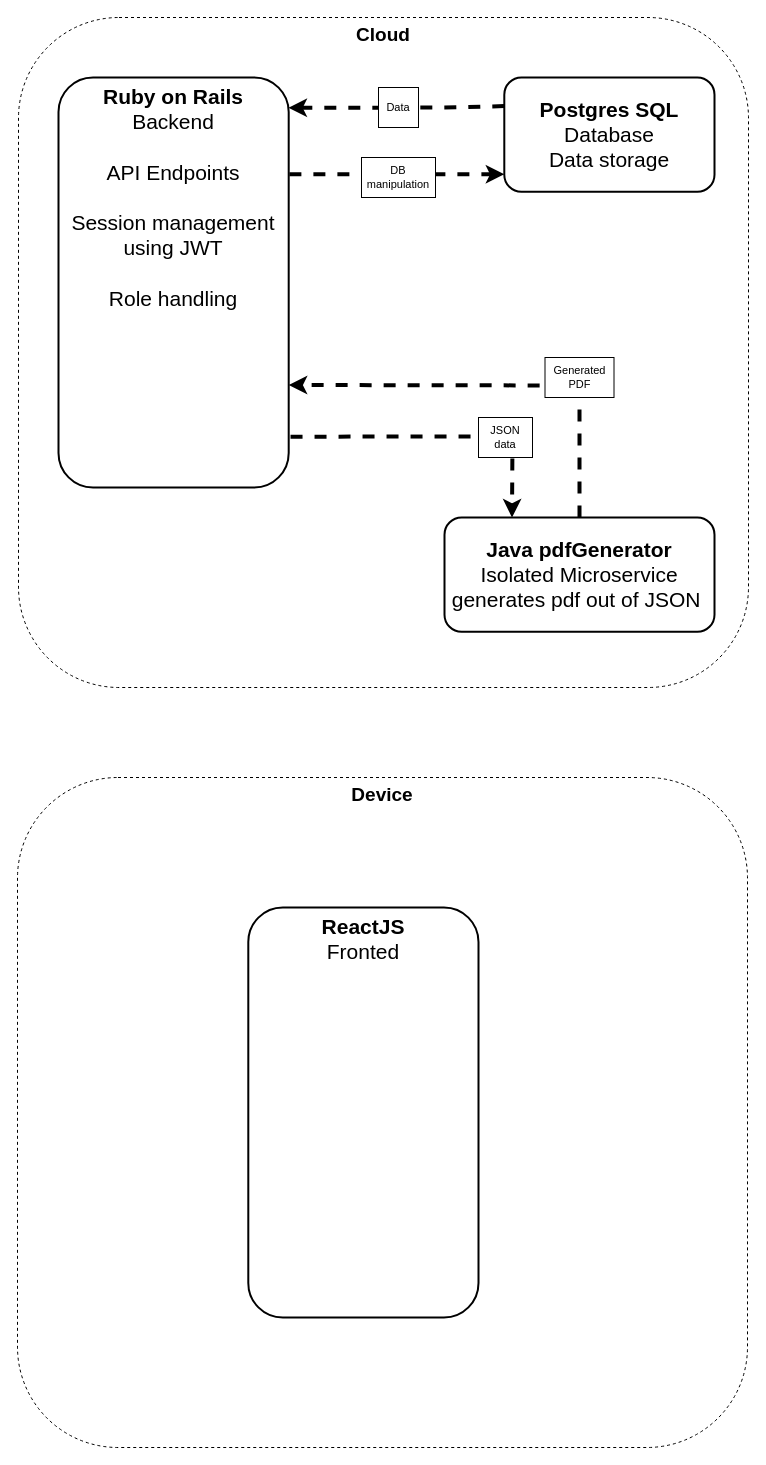
Above: Documents/Architecture Design.drawio in UnifiedCalculation/UniCalc_doc (draw.io), before the change. Source tidied: cells renumbered, new cells numbered last; positions are measured from the earlier drawing's top-left corner, leaving out a move shared by most shapes. Both pictures are drawn from the tidied source at 100%, with x=0, y=0 at pixel (17, 17).
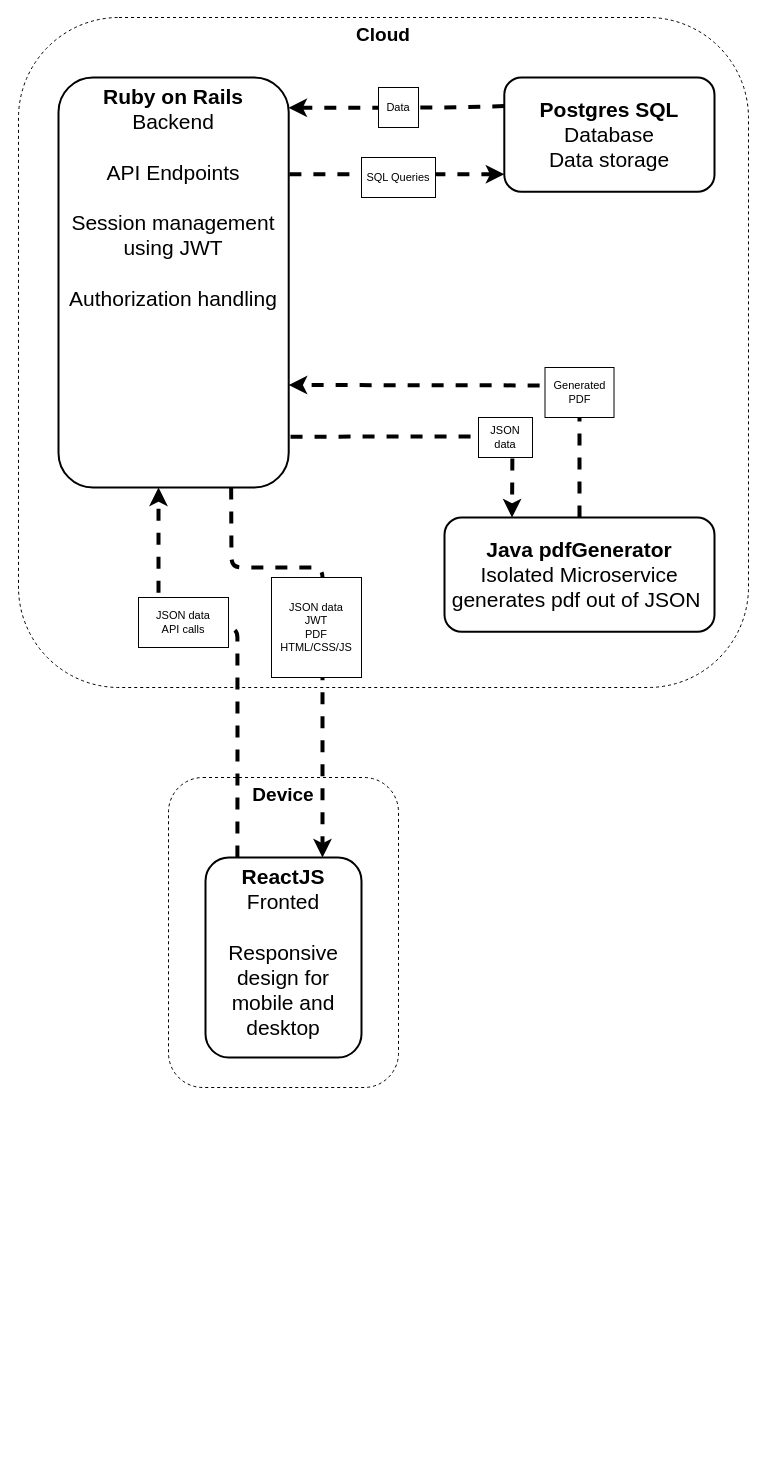
The same diagram, later.

Change to the diagram source:
```diff
@@
-    <mxCell id="5" value="&lt;b&gt;Ruby on Rails&lt;/b&gt;&lt;br&gt;Backend&lt;br&gt;&lt;br&gt;API Endpoints&lt;br&gt;&lt;br&gt;Session management using JWT&lt;br&gt;&lt;br&gt;Role handling" style="rounded=1;whiteSpace=wrap;html=1;strokeWidth=2;fontSize=21;verticalAlign=top;" parent="1" vertex="1">
+    <mxCell id="5" value="&lt;b&gt;Ruby on Rails&lt;/b&gt;&lt;br&gt;Backend&lt;br&gt;&lt;br&gt;API Endpoints&lt;br&gt;&lt;br&gt;Session management using JWT&lt;br&gt;&lt;br&gt;Authorization handling" style="rounded=1;whiteSpace=wrap;html=1;strokeWidth=2;fontSize=21;verticalAlign=top;" parent="1" vertex="1">
       <mxGeometry x="41" y="60" width="230.2" height="410" as="geometry" />
     </mxCell>
@@
     <mxCell id="8" value="Generated PDF" style="rounded=0;whiteSpace=wrap;html=1;fontSize=11;" parent="1" vertex="1">
-      <mxGeometry x="527.5" y="340" width="69" height="40" as="geometry" />
+      <mxGeometry x="527.5" y="350" width="69" height="50" as="geometry" />
     </mxCell>
@@
-    <mxCell id="12" value="DB&lt;br&gt;manipulation" style="rounded=0;whiteSpace=wrap;html=1;fontSize=11;" parent="1" vertex="1">
+    <mxCell id="12" value="SQL Queries" style="rounded=0;whiteSpace=wrap;html=1;fontSize=11;" parent="1" vertex="1">
       <mxGeometry x="344" y="140" width="74" height="40" as="geometry" />
     </mxCell>
@@
     <mxCell id="14" value="&lt;span style=&quot;font-size: 19px&quot;&gt;&lt;b&gt;Device&lt;/b&gt;&lt;/span&gt;" style="rounded=1;whiteSpace=wrap;html=1;dashed=1;verticalAlign=top;" parent="1" vertex="1">
-      <mxGeometry y="760" width="730" height="670" as="geometry" />
+      <mxGeometry x="151" y="760" width="230" height="310" as="geometry" />
     </mxCell>
-    <mxCell id="15" value="&lt;b&gt;ReactJS&lt;/b&gt;&lt;br&gt;Fronted" style="rounded=1;whiteSpace=wrap;html=1;strokeWidth=2;fontSize=21;verticalAlign=top;" parent="1" vertex="1">
-      <mxGeometry x="230.8" y="890" width="230.2" height="410" as="geometry" />
+    <mxCell id="15" value="&lt;b&gt;ReactJS&lt;/b&gt;&lt;br&gt;Fronted&lt;br&gt;&lt;br&gt;Responsive design for mobile and desktop&lt;br&gt;" style="rounded=1;whiteSpace=wrap;html=1;strokeWidth=2;fontSize=21;verticalAlign=top;" parent="1" vertex="1">
+      <mxGeometry x="188" y="840" width="156" height="200" as="geometry" />
     </mxCell>
+    <mxCell id="16" style="endArrow=classic;html=1;entryX=0.5;entryY=1;entryDx=0;entryDy=0;dashed=1;jumpSize=11;fontSize=11;strokeWidth=4;exitX=0.25;exitY=0;exitDx=0;exitDy=0;" parent="1" edge="1">
+      <mxGeometry relative="1" as="geometry">
+        <mxPoint x="219.9" y="840" as="sourcePoint" />
+        <mxPoint x="141" y="470" as="targetPoint" />
+        <Array as="points">
+          <mxPoint x="220" y="720" />
+          <mxPoint x="219.9" y="610" />
+          <mxPoint x="141" y="610" />
+        </Array>
+      </mxGeometry>
+    </mxCell>
+    <mxCell id="17" value="JSON data&lt;br&gt;API calls" style="rounded=0;whiteSpace=wrap;html=1;fontSize=11;" parent="1" vertex="1">
+      <mxGeometry x="121" y="580" width="90" height="50" as="geometry" />
+    </mxCell>
+    <mxCell id="18" style="endArrow=classic;html=1;entryX=0.75;entryY=0;entryDx=0;entryDy=0;dashed=1;jumpSize=11;fontSize=11;strokeWidth=4;exitX=0.75;exitY=1;exitDx=0;exitDy=0;" parent="1" edge="1" source="5" target="15">
+      <mxGeometry relative="1" as="geometry">
+        <Array as="points">
+          <mxPoint x="214" y="550" />
+          <mxPoint x="305" y="550" />
+        </Array>
+      </mxGeometry>
+    </mxCell>
+    <mxCell id="19" value="JSON data&lt;br&gt;JWT&lt;br&gt;PDF&lt;br&gt;HTML/CSS/JS" style="rounded=0;whiteSpace=wrap;html=1;fontSize=11;" parent="1" vertex="1">
+      <mxGeometry x="254" y="560" width="90" height="100" as="geometry" />
+    </mxCell>
```
